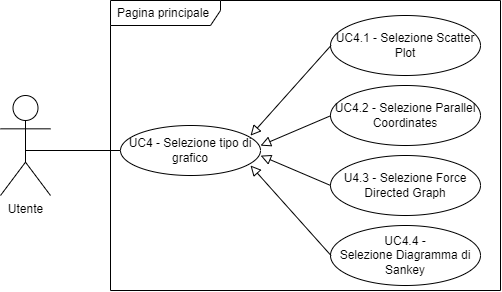
Earlier version of the draw.io export src/documenti/esterni/AdR/immagini/UC4.png (merlunipd/login-warrior). Source tidied: cells renumbered, new cells last; positions are measured from the earlier drawing's top-left corner, leaving out a move shared by most shapes.
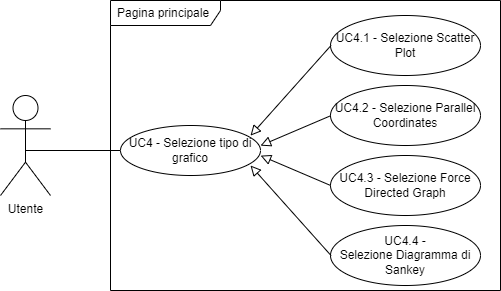
After the commit.

Diff of the diagram source:
```diff
@@ -14,7 +14,7 @@
     <mxCell id="5" value="UC4.2 - Selezione Parallel Coordinates" style="ellipse;whiteSpace=wrap;html=1;" parent="1" vertex="1">
       <mxGeometry x="330" y="85" width="150" height="60" as="geometry" />
     </mxCell>
-    <mxCell id="6" value="U4.3 - Selezione&amp;nbsp;Force Directed Graph" style="ellipse;whiteSpace=wrap;html=1;" parent="1" vertex="1">
+    <mxCell id="6" value="UC4.3 - Selezione&amp;nbsp;Force Directed Graph" style="ellipse;whiteSpace=wrap;html=1;" parent="1" vertex="1">
       <mxGeometry x="330" y="155" width="150" height="60" as="geometry" />
     </mxCell>
     <mxCell id="7" value="UC4.4 - Selezione&amp;nbsp;Diagramma di Sankey" style="ellipse;whiteSpace=wrap;html=1;" parent="1" vertex="1">
```
